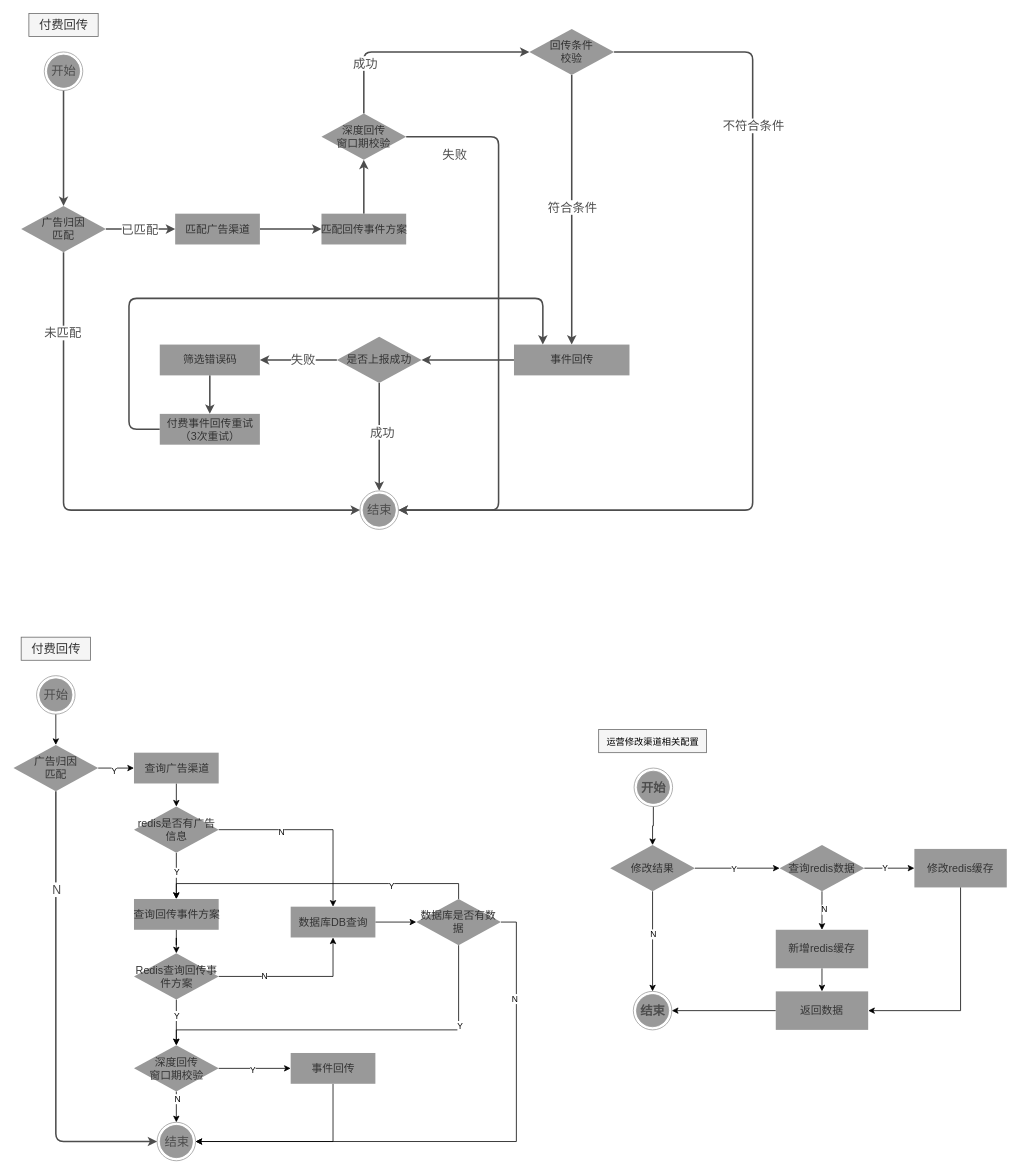
The draw.io diagram page "付费回传流程" (4 of 16) of src/draw/广告投放系统.drawio in y13513867074/draw, before the edit. Source tidied: cells renumbered, new cells numbered last; positions are measured from the earlier drawing's top-left corner, leaving out a move shared by most shapes. Both pictures are drawn from the tidied source at 77%, with x=0, y=0 at pixel (13, 13).
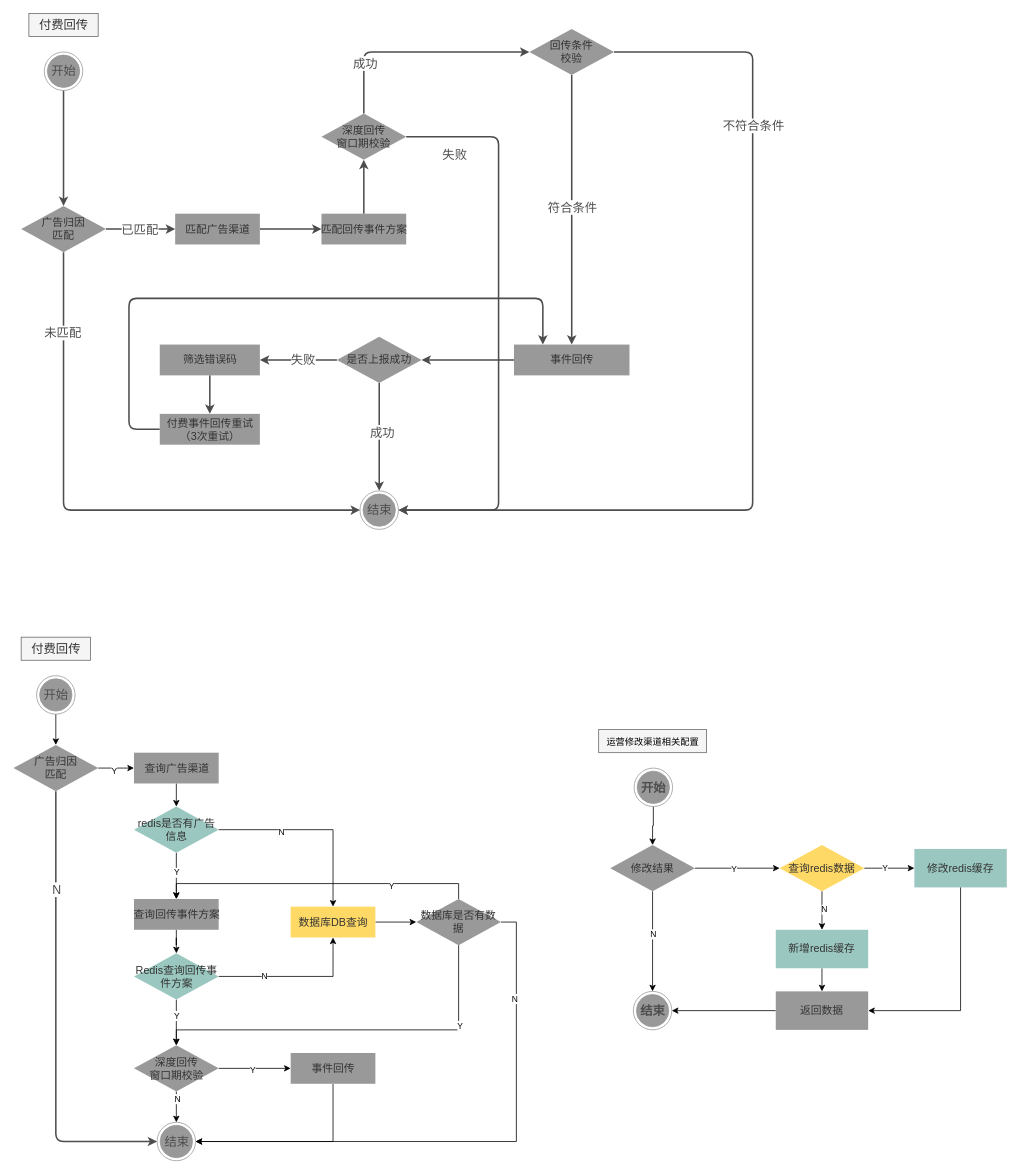
The same page after the edit.

Commit message:
更新广告投放系统.drawio

Change to the diagram source:
```diff
@@
-    <mxCell id="54" value="redis是否有广告信息" style="rhombus;whiteSpace=wrap;html=1;fontSize=14;fillColor=#999999;strokeColor=none;fontColor=#333333;rounded=0;shadow=0;glass=0;labelBorderColor=none;startSize=23;arcSize=8;strokeWidth=1;sketch=0;fontFamily=Helvetica;" parent="1" vertex="1">
+    <mxCell id="54" value="redis是否有广告信息" style="rhombus;whiteSpace=wrap;html=1;fontSize=14;fillColor=#9AC7BF;strokeColor=none;fontColor=#333333;rounded=0;shadow=0;glass=0;labelBorderColor=none;startSize=23;arcSize=8;strokeWidth=1;sketch=0;fontFamily=Helvetica;" parent="1" vertex="1">
       <mxGeometry x="156.5" y="1030" width="110" height="60" as="geometry" />
     </mxCell>
@@
-    <mxCell id="59" value="Redis查询回传事件方案" style="rhombus;whiteSpace=wrap;html=1;fontSize=14;fillColor=#999999;strokeColor=none;fontColor=#333333;rounded=0;shadow=0;glass=0;labelBorderColor=none;startSize=23;arcSize=8;strokeWidth=1;sketch=0;fontFamily=Helvetica;" parent="1" vertex="1">
+    <mxCell id="59" value="Redis查询回传事件方案" style="rhombus;whiteSpace=wrap;html=1;fontSize=14;fillColor=#9AC7BF;strokeColor=none;fontColor=#333333;rounded=0;shadow=0;glass=0;labelBorderColor=none;startSize=23;arcSize=8;strokeWidth=1;sketch=0;fontFamily=Helvetica;" parent="1" vertex="1">
       <mxGeometry x="156.5" y="1220.6" width="110" height="60" as="geometry" />
     </mxCell>
@@
-    <mxCell id="61" value="数据库DB查询" style="html=1;rounded=0;shadow=0;glass=0;labelBorderColor=none;strokeColor=none;fontFamily=Helvetica;fontSize=14;fontColor=#333333;startSize=23;fillColor=#999999;arcSize=8;strokeWidth=1;flipV=1;flipH=1;sketch=0;" parent="1" vertex="1">
+    <mxCell id="61" value="数据库DB查询" style="html=1;rounded=0;shadow=0;glass=0;labelBorderColor=none;strokeColor=none;fontFamily=Helvetica;fontSize=14;fontColor=#333333;startSize=23;fillColor=#FFD966;arcSize=8;strokeWidth=1;flipV=1;flipH=1;sketch=0;" parent="1" vertex="1">
       <mxGeometry x="360" y="1160" width="110" height="40" as="geometry" />
     </mxCell>
@@
-    <mxCell id="86" value="新增redis缓存" style="whiteSpace=wrap;html=1;fontSize=14;fillColor=#999999;strokeColor=none;fontColor=#333333;rounded=0;shadow=0;glass=0;labelBorderColor=none;startSize=23;arcSize=8;strokeWidth=1;sketch=0;" parent="1" vertex="1">
+    <mxCell id="86" value="新增redis缓存" style="whiteSpace=wrap;html=1;fontSize=14;fillColor=#9AC7BF;strokeColor=none;fontColor=#333333;rounded=0;shadow=0;glass=0;labelBorderColor=none;startSize=23;arcSize=8;strokeWidth=1;sketch=0;" parent="1" vertex="1">
       <mxGeometry x="990" y="1190" width="120" height="50" as="geometry" />
     </mxCell>
-    <mxCell id="87" value="修改redis缓存" style="whiteSpace=wrap;html=1;fontSize=14;fillColor=#999999;strokeColor=none;fontColor=#333333;rounded=0;shadow=0;glass=0;labelBorderColor=none;startSize=23;arcSize=8;strokeWidth=1;sketch=0;" parent="1" vertex="1">
+    <mxCell id="87" value="修改redis缓存" style="whiteSpace=wrap;html=1;fontSize=14;fillColor=#9AC7BF;strokeColor=none;fontColor=#333333;rounded=0;shadow=0;glass=0;labelBorderColor=none;startSize=23;arcSize=8;strokeWidth=1;sketch=0;" parent="1" vertex="1">
       <mxGeometry x="1170" y="1085" width="120" height="50" as="geometry" />
     </mxCell>
@@
-    <mxCell id="92" value="查询redis数据" style="rhombus;whiteSpace=wrap;html=1;fontSize=14;fillColor=#999999;strokeColor=none;fontColor=#333333;rounded=0;shadow=0;glass=0;labelBorderColor=none;startSize=23;arcSize=8;strokeWidth=1;sketch=0;fontFamily=Helvetica;" parent="1" vertex="1">
+    <mxCell id="92" value="查询redis数据" style="rhombus;whiteSpace=wrap;html=1;fontSize=14;fillColor=#FFD966;strokeColor=none;fontColor=#333333;rounded=0;shadow=0;glass=0;labelBorderColor=none;startSize=23;arcSize=8;strokeWidth=1;sketch=0;fontFamily=Helvetica;" parent="1" vertex="1">
       <mxGeometry x="995" y="1080" width="110" height="60" as="geometry" />
     </mxCell>
```
